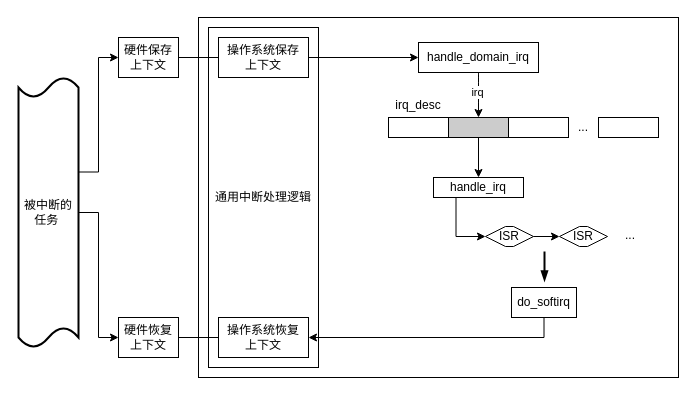
The draw.io diagram linux_interrupt.drawio in Aspiresky/draw.io, before the edit. Source tidied: cells renumbered, new cells numbered last; positions are measured from the earlier drawing's top-left corner, leaving out a move shared by most shapes. Both pictures are drawn from the tidied source at 100%, with x=0, y=0 at pixel (18, 17).
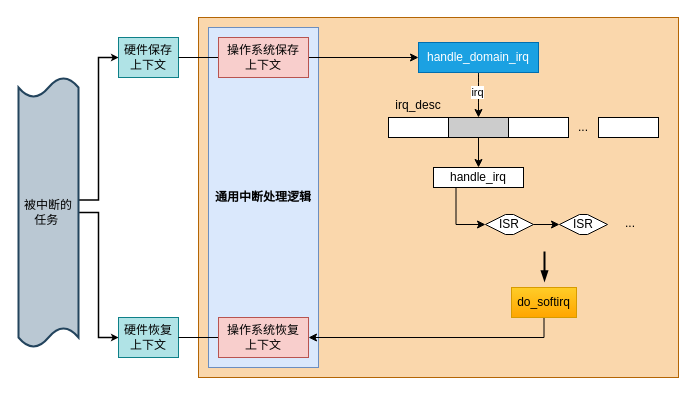
The same page after the edit.

Diff of the diagram source:
```diff
@@
-    <mxCell id="2" style="rounded=0;whiteSpace=wrap;html=1;" parent="1" vertex="1">
+    <mxCell id="2" style="rounded=0;whiteSpace=wrap;html=1;fillColor=#fad7ac;strokeColor=#b46504;" parent="1" vertex="1">
       <mxGeometry x="180" width="480" height="360" as="geometry" />
     </mxCell>
-    <mxCell id="3" style="edgeStyle=elbowEdgeStyle;rounded=0;jettySize=auto;html=1;exitX=1;exitY=0.35;exitDx=0;exitDy=0;exitPerimeter=0;entryX=0;entryY=0.5;entryDx=0;entryDy=0;" parent="1" edge="1" source="5" target="6">
+    <mxCell id="3" style="edgeStyle=elbowEdgeStyle;rounded=0;jettySize=auto;html=1;exitX=1.008;exitY=0.454;exitDx=0;exitDy=0;exitPerimeter=0;entryX=0;entryY=0.5;entryDx=0;entryDy=0;curved=0;strokeWidth=1.5;endSize=3;" parent="1" edge="1" source="5" target="6">
       <mxGeometry relative="1" as="geometry" />
     </mxCell>
-    <mxCell id="4" style="edgeStyle=orthogonalEdgeStyle;rounded=0;jettySize=auto;html=1;exitX=1;exitY=0.5;exitDx=0;exitDy=0;exitPerimeter=0;entryX=0;entryY=0.5;entryDx=0;entryDy=0;" parent="1" edge="1" source="5" target="7">
+    <mxCell id="4" style="edgeStyle=orthogonalEdgeStyle;rounded=0;jettySize=auto;html=1;exitX=1;exitY=0.5;exitDx=0;exitDy=0;exitPerimeter=0;entryX=0;entryY=0.5;entryDx=0;entryDy=0;curved=0;strokeWidth=1.5;endSize=3;" parent="1" edge="1" source="5" target="7">
       <mxGeometry relative="1" as="geometry" />
     </mxCell>
-    <mxCell id="5" value="被中断的任务&amp;nbsp;" style="shape=tape;whiteSpace=wrap;html=1;strokeWidth=2;size=0.07407407407407407;" parent="1" vertex="1">
+    <mxCell id="5" value="被中断的任务&amp;nbsp;" style="shape=tape;whiteSpace=wrap;html=1;strokeWidth=2;size=0.07407407407407407;fillColor=#bac8d3;strokeColor=#23445d;" parent="1" vertex="1">
       <mxGeometry y="60" width="60" height="270" as="geometry" />
     </mxCell>
-    <mxCell id="6" value="硬件保存上下文" style="rounded=0;whiteSpace=wrap;html=1;" parent="1" vertex="1">
+    <mxCell id="6" value="硬件保存上下文" style="rounded=0;whiteSpace=wrap;html=1;fillColor=#b0e3e6;strokeColor=#0e8088;" parent="1" vertex="1">
       <mxGeometry x="100" y="20" width="60" height="40" as="geometry" />
     </mxCell>
-    <mxCell id="7" value="硬件恢复上下文" style="rounded=0;whiteSpace=wrap;html=1;" parent="1" vertex="1">
+    <mxCell id="7" value="硬件恢复上下文" style="rounded=0;whiteSpace=wrap;html=1;fillColor=#b0e3e6;strokeColor=#0e8088;" parent="1" vertex="1">
       <mxGeometry x="100" y="300" width="60" height="40" as="geometry" />
     </mxCell>
-    <mxCell id="8" value="通用中断处理逻辑" style="rounded=0;whiteSpace=wrap;html=1;" parent="1" vertex="1">
+    <mxCell id="8" value="通用中断处理逻辑" style="rounded=0;whiteSpace=wrap;html=1;fillColor=#dae8fc;strokeColor=#6c8ebf;fontStyle=1;" parent="1" vertex="1">
       <mxGeometry x="190" y="10" width="110" height="340" as="geometry" />
     </mxCell>
@@
-    <mxCell id="12" value="操作系统保存&lt;br&gt;上下文" style="rounded=0;whiteSpace=wrap;html=1;" parent="1" vertex="1">
+    <mxCell id="12" value="操作系统保存&lt;br&gt;上下文" style="rounded=0;whiteSpace=wrap;html=1;fillColor=#f8cecc;strokeColor=#b85450;" parent="1" vertex="1">
       <mxGeometry x="200" y="20" width="90" height="40" as="geometry" />
     </mxCell>
-    <mxCell id="13" value="操作系统恢复&lt;br&gt;上下文" style="rounded=0;whiteSpace=wrap;html=1;" parent="1" vertex="1">
+    <mxCell id="13" value="操作系统恢复&lt;br&gt;上下文" style="rounded=0;whiteSpace=wrap;html=1;fillColor=#f8cecc;strokeColor=#b85450;" parent="1" vertex="1">
       <mxGeometry x="200" y="300" width="90" height="40" as="geometry" />
     </mxCell>
@@
     <mxCell id="23" value="handle_irq" style="rounded=0;whiteSpace=wrap;html=1;" parent="1" vertex="1">
-      <mxGeometry x="415" y="160" width="90" height="20" as="geometry" />
+      <mxGeometry x="415" y="150" width="90" height="20" as="geometry" />
     </mxCell>
@@
     <mxCell id="25" value="ISR" style="shape=hexagon;perimeter=hexagonPerimeter2;whiteSpace=wrap;html=1;fixedSize=1;" parent="1" vertex="1">
-      <mxGeometry x="541" y="209" width="48" height="20" as="geometry" />
+      <mxGeometry x="541" y="197" width="48" height="20" as="geometry" />
     </mxCell>
@@
     <mxCell id="27" value="ISR" style="shape=hexagon;perimeter=hexagonPerimeter2;whiteSpace=wrap;html=1;fixedSize=1;" parent="1" vertex="1">
-      <mxGeometry x="467" y="209" width="48" height="20" as="geometry" />
+      <mxGeometry x="467" y="197" width="48" height="20" as="geometry" />
     </mxCell>
@@
-    <mxCell id="29" value="do_softirq" style="rounded=0;whiteSpace=wrap;html=1;" parent="1" vertex="1">
+    <mxCell id="29" value="do_softirq" style="rounded=0;whiteSpace=wrap;html=1;fillColor=#ffcd28;gradientColor=#ffa500;strokeColor=#d79b00;" parent="1" vertex="1">
       <mxGeometry x="493" y="270" width="65" height="30" as="geometry" />
     </mxCell>
-    <mxCell id="30" value="handle_domain_irq" style="rounded=0;whiteSpace=wrap;html=1;" parent="1" vertex="1">
+    <mxCell id="30" value="handle_domain_irq" style="rounded=0;whiteSpace=wrap;html=1;fillColor=#1ba1e2;fontColor=#ffffff;strokeColor=#006EAF;" parent="1" vertex="1">
       <mxGeometry x="400" y="25" width="120" height="30" as="geometry" />
     </mxCell>
     <mxCell id="31" value="..." style="rounded=0;whiteSpace=wrap;html=1;opacity=0;" parent="1" vertex="1">
-      <mxGeometry x="597" y="208" width="30" height="20" as="geometry" />
+      <mxGeometry x="597" y="196" width="30" height="20" as="geometry" />
     </mxCell>
```
